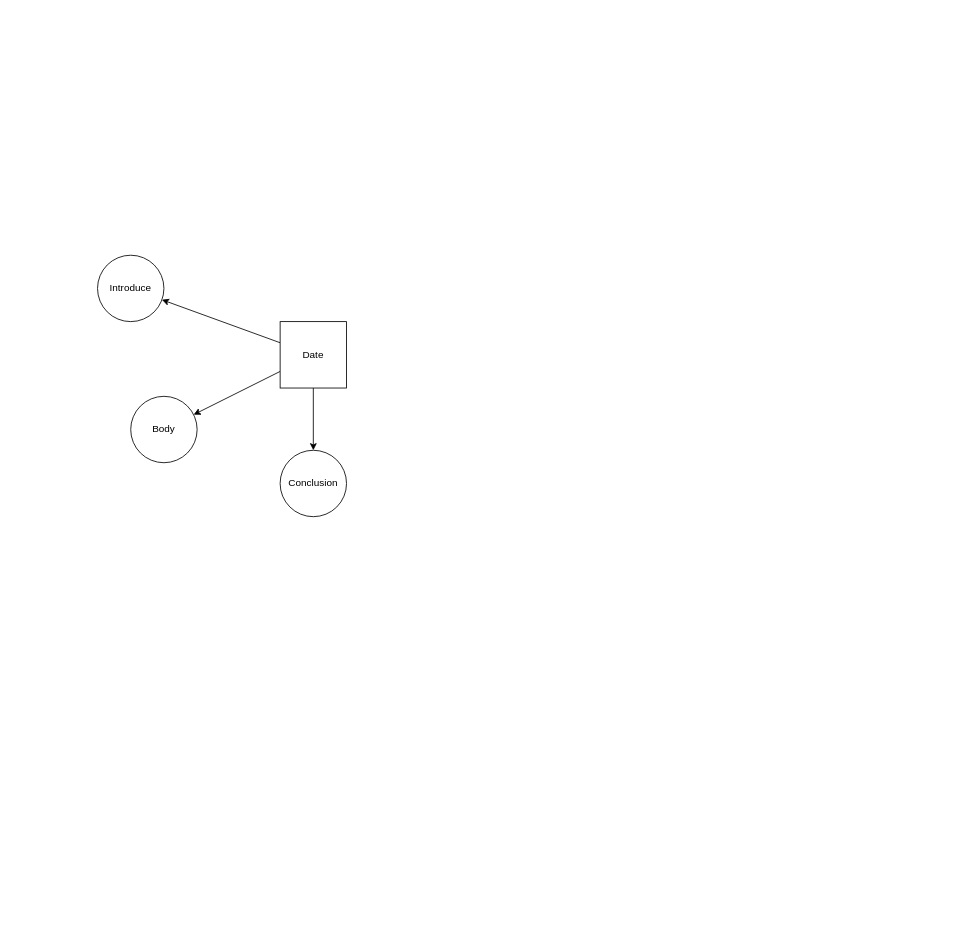
HARKINGS/UML keeps this draw.io diagram as Biểu đồ không có tiêu đề.drawio. Above is the earlier version. Source tidied: cells renumbered, new cells numbered last; positions are measured from the earlier drawing's top-left corner, leaving out a move shared by most shapes. Both pictures are drawn from the tidied source at 83%, with x=0, y=0 at pixel (97, 255).
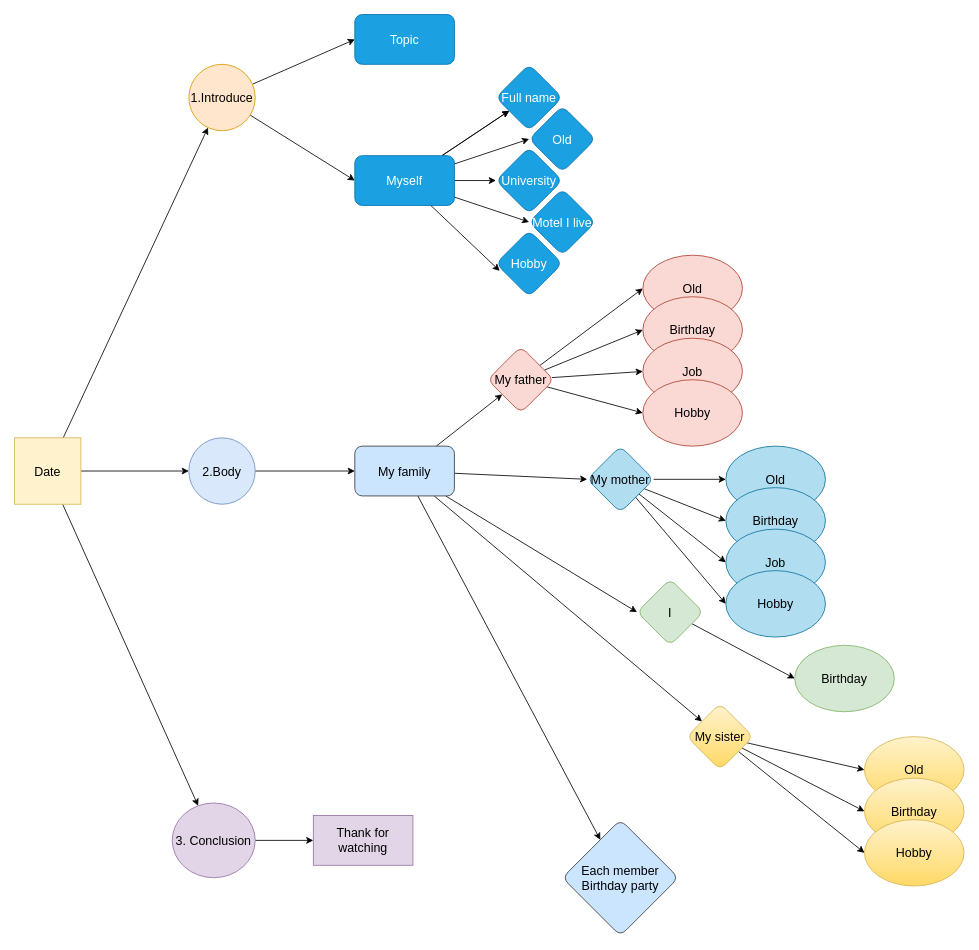
The same page after the edit.

Commit message (it also covers changes not shown here):
Cập nhật Biểu đồ không có tiêu đề.drawio

What changed in the source:
```diff
@@
-    <mxCell id="2" style="rounded=0;jettySize=auto;html=1;" parent="1" edge="1" source="5" target="6">
+    <mxCell id="2" style="rounded=0;jettySize=auto;html=1;fontSize=15;" parent="1" edge="1" source="5" target="6">
       <mxGeometry relative="1" as="geometry" />
     </mxCell>
-    <mxCell id="3" style="edgeStyle=none;rounded=0;jettySize=auto;html=1;" parent="1" edge="1" source="5" target="7">
+    <mxCell id="3" style="edgeStyle=none;rounded=0;jettySize=auto;html=1;fontSize=15;" parent="1" edge="1" source="5" target="7">
       <mxGeometry relative="1" as="geometry" />
     </mxCell>
-    <mxCell id="4" style="edgeStyle=none;rounded=0;jettySize=auto;html=1;" parent="1" edge="1" source="5" target="8">
+    <mxCell id="4" style="edgeStyle=none;rounded=0;jettySize=auto;html=1;fontSize=15;" parent="1" edge="1" source="5" target="8">
       <mxGeometry relative="1" as="geometry" />
     </mxCell>
-    <mxCell id="5" value="Date" style="whiteSpace=wrap;html=1;" parent="1" vertex="1">
-      <mxGeometry x="220" y="80" width="80" height="80" as="geometry" />
+    <mxCell id="5" value="Date" style="whiteSpace=wrap;html=1;fillColor=#fff2cc;strokeColor=#d6b656;fontSize=15;" parent="1" vertex="1">
+      <mxGeometry x="-100" y="220" width="80" height="80" as="geometry" />
     </mxCell>
+    <mxCell id="9" style="edgeStyle=none;rounded=0;jettySize=auto;html=1;entryX=0;entryY=0.5;entryDx=0;entryDy=0;fontSize=15;" parent="1" edge="1" source="6" target="13">
+      <mxGeometry relative="1" as="geometry" />
+    </mxCell>
+    <mxCell id="10" style="edgeStyle=none;rounded=0;jettySize=auto;html=1;entryX=0;entryY=0.5;entryDx=0;entryDy=0;fontSize=15;" parent="1" edge="1" source="6" target="19">
+      <mxGeometry relative="1" as="geometry" />
+    </mxCell>
-    <mxCell id="6" value="Introduce" style="ellipse;whiteSpace=wrap;html=1;" parent="1" vertex="1">
-      <mxGeometry width="80" height="80" as="geometry" />
+    <mxCell id="6" value="1.Introduce" style="ellipse;whiteSpace=wrap;html=1;fillColor=#ffe6cc;strokeColor=#d79b00;fontSize=15;" parent="1" vertex="1">
+      <mxGeometry x="110" y="-230" width="80" height="80" as="geometry" />
     </mxCell>
+    <mxCell id="11" style="edgeStyle=none;rounded=0;jettySize=auto;html=1;entryX=0;entryY=0.5;entryDx=0;entryDy=0;fontSize=15;" parent="1" edge="1" source="7" target="31">
+      <mxGeometry relative="1" as="geometry" />
+    </mxCell>
-    <mxCell id="7" value="Body" style="ellipse;whiteSpace=wrap;html=1;" parent="1" vertex="1">
-      <mxGeometry x="40" y="170" width="80" height="80" as="geometry" />
+    <mxCell id="7" value="2.Body" style="ellipse;whiteSpace=wrap;html=1;fillColor=#dae8fc;strokeColor=#6c8ebf;fontSize=15;" parent="1" vertex="1">
+      <mxGeometry x="110" y="220" width="80" height="80" as="geometry" />
     </mxCell>
+    <mxCell id="12" style="edgeStyle=none;rounded=0;jettySize=auto;html=1;fontSize=15;" parent="1" edge="1" source="8" target="61">
+      <mxGeometry relative="1" as="geometry" />
+    </mxCell>
-    <mxCell id="8" value="Conclusion" style="ellipse;whiteSpace=wrap;html=1;" parent="1" vertex="1">
-      <mxGeometry x="220" y="235" width="80" height="80" as="geometry" />
+    <mxCell id="8" value="3. Conclusion" style="ellipse;whiteSpace=wrap;html=1;fillColor=#e1d5e7;strokeColor=#9673a6;fontSize=15;" parent="1" vertex="1">
+      <mxGeometry x="90" y="660" width="100" height="90" as="geometry" />
     </mxCell>
+    <mxCell id="13" value="Topic" style="rounded=1;whiteSpace=wrap;html=1;fillColor=#1ba1e2;strokeColor=#006EAF;fontColor=#ffffff;fontSize=15;" parent="1" vertex="1">
+      <mxGeometry x="310" y="-290" width="120" height="60" as="geometry" />
+    </mxCell>
+    <mxCell id="14" style="edgeStyle=none;rounded=0;jettySize=auto;html=1;fontSize=15;" parent="1" edge="1" source="19" target="20">
+      <mxGeometry relative="1" as="geometry" />
+    </mxCell>
+    <mxCell id="15" style="edgeStyle=none;rounded=0;jettySize=auto;html=1;fontSize=15;" parent="1" edge="1" source="19" target="20">
+      <mxGeometry relative="1" as="geometry" />
+    </mxCell>
+    <mxCell id="16" style="edgeStyle=none;rounded=0;jettySize=auto;html=1;entryX=0;entryY=0.5;entryDx=0;entryDy=0;fontSize=15;" parent="1" edge="1" source="19" target="22">
+      <mxGeometry relative="1" as="geometry" />
+    </mxCell>
+    <mxCell id="17" style="edgeStyle=none;rounded=0;jettySize=auto;html=1;entryX=0;entryY=0.5;entryDx=0;entryDy=0;fontSize=15;" parent="1" edge="1" source="19" target="23">
+      <mxGeometry relative="1" as="geometry" />
+    </mxCell>
+    <mxCell id="18" style="edgeStyle=none;rounded=0;jettySize=auto;html=1;entryX=0;entryY=0.5;entryDx=0;entryDy=0;fontSize=15;" parent="1" edge="1" source="19" target="21">
+      <mxGeometry relative="1" as="geometry" />
+    </mxCell>
+    <mxCell id="19" value="Myself" style="rounded=1;whiteSpace=wrap;html=1;fillColor=#1ba1e2;fontColor=#ffffff;strokeColor=#006EAF;fontSize=15;" parent="1" vertex="1">
+      <mxGeometry x="310" y="-120" width="120" height="60" as="geometry" />
+    </mxCell>
+    <mxCell id="20" value="Full name" style="rhombus;whiteSpace=wrap;html=1;rounded=1;fillColor=#1ba1e2;fontColor=#ffffff;strokeColor=#006EAF;fontSize=15;" parent="1" vertex="1">
+      <mxGeometry x="480" y="-230" width="80" height="80" as="geometry" />
+    </mxCell>
+    <mxCell id="21" value="Old" style="rhombus;whiteSpace=wrap;html=1;rounded=1;fillColor=#1ba1e2;fontColor=#ffffff;strokeColor=#006EAF;fontSize=15;" parent="1" vertex="1">
+      <mxGeometry x="520" y="-180" width="80" height="80" as="geometry" />
+    </mxCell>
+    <mxCell id="22" value="University" style="rhombus;whiteSpace=wrap;html=1;rounded=1;fillColor=#1ba1e2;fontColor=#ffffff;strokeColor=#006EAF;fontSize=15;" parent="1" vertex="1">
+      <mxGeometry x="480" y="-130" width="80" height="80" as="geometry" />
+    </mxCell>
+    <mxCell id="23" value="Motel I live" style="rhombus;whiteSpace=wrap;html=1;rounded=1;fillColor=#1ba1e2;fontColor=#ffffff;strokeColor=#006EAF;fontSize=15;" parent="1" vertex="1">
+      <mxGeometry x="520" y="-80" width="80" height="80" as="geometry" />
+    </mxCell>
+    <mxCell id="24" value="Hobby" style="rhombus;whiteSpace=wrap;html=1;rounded=1;fillColor=#1ba1e2;fontColor=#ffffff;strokeColor=#006EAF;fontSize=15;" parent="1" vertex="1">
+      <mxGeometry x="480" y="-30" width="80" height="80" as="geometry" />
+    </mxCell>
+    <mxCell id="25" style="edgeStyle=none;rounded=0;jettySize=auto;html=1;entryX=0.057;entryY=0.611;entryDx=0;entryDy=0;entryPerimeter=0;fontSize=15;" parent="1" edge="1" source="19" target="24">
+      <mxGeometry relative="1" as="geometry" />
+    </mxCell>
+    <mxCell id="26" style="edgeStyle=none;rounded=0;jettySize=auto;html=1;fontSize=15;" parent="1" edge="1" source="31" target="36">
+      <mxGeometry relative="1" as="geometry" />
+    </mxCell>
+    <mxCell id="27" style="edgeStyle=none;rounded=0;jettySize=auto;html=1;entryX=0;entryY=0.5;entryDx=0;entryDy=0;fontSize=15;" parent="1" edge="1" source="31" target="49">
+      <mxGeometry relative="1" as="geometry" />
+    </mxCell>
+    <mxCell id="28" style="edgeStyle=none;rounded=0;jettySize=auto;html=1;entryX=0;entryY=0.5;entryDx=0;entryDy=0;fontSize=15;" parent="1" edge="1" source="31" target="38">
+      <mxGeometry relative="1" as="geometry" />
+    </mxCell>
+    <mxCell id="29" style="edgeStyle=none;rounded=0;jettySize=auto;html=1;fontSize=15;" parent="1" edge="1" source="31" target="42">
+      <mxGeometry relative="1" as="geometry" />
+    </mxCell>
+    <mxCell id="30" style="edgeStyle=none;rounded=0;jettySize=auto;html=1;fontSize=15;" parent="1" edge="1" source="31" target="60">
+      <mxGeometry relative="1" as="geometry" />
+    </mxCell>
+    <mxCell id="31" value="My family" style="rounded=1;whiteSpace=wrap;html=1;fillColor=#cce5ff;strokeColor=#36393d;fontSize=15;" parent="1" vertex="1">
+      <mxGeometry x="310" y="230" width="120" height="60" as="geometry" />
+    </mxCell>
+    <mxCell id="32" style="edgeStyle=none;rounded=0;jettySize=auto;html=1;entryX=0;entryY=0.5;entryDx=0;entryDy=0;fontSize=15;" parent="1" edge="1" source="36" target="43">
+      <mxGeometry relative="1" as="geometry" />
+    </mxCell>
+    <mxCell id="33" style="edgeStyle=none;rounded=0;jettySize=auto;html=1;entryX=0;entryY=0.5;entryDx=0;entryDy=0;fontSize=15;" parent="1" edge="1" source="36" target="55">
+      <mxGeometry relative="1" as="geometry" />
+    </mxCell>
+    <mxCell id="34" style="edgeStyle=none;rounded=0;jettySize=auto;html=1;entryX=0;entryY=0.5;entryDx=0;entryDy=0;fontSize=15;" parent="1" edge="1" source="36" target="44">
+      <mxGeometry relative="1" as="geometry" />
+    </mxCell>
+    <mxCell id="35" style="edgeStyle=none;rounded=0;jettySize=auto;html=1;entryX=0;entryY=0.5;entryDx=0;entryDy=0;fontSize=15;" parent="1" edge="1" source="36" target="56">
+      <mxGeometry relative="1" as="geometry" />
+    </mxCell>
+    <mxCell id="36" value="My father" style="rhombus;whiteSpace=wrap;html=1;rounded=1;fillColor=#fad9d5;strokeColor=#ae4132;fontSize=15;" parent="1" vertex="1">
+      <mxGeometry x="470" y="110" width="80" height="80" as="geometry" />
+    </mxCell>
+    <mxCell id="37" style="edgeStyle=none;rounded=0;jettySize=auto;html=1;entryX=0;entryY=0.5;entryDx=0;entryDy=0;fontSize=15;" parent="1" edge="1" source="38" target="52">
+      <mxGeometry relative="1" as="geometry" />
+    </mxCell>
+    <mxCell id="38" value="I" style="rhombus;whiteSpace=wrap;html=1;rounded=1;fillColor=#d5e8d4;strokeColor=#82b366;fontSize=15;" parent="1" vertex="1">
+      <mxGeometry x="650" y="390" width="80" height="80" as="geometry" />
+    </mxCell>
+    <mxCell id="39" style="edgeStyle=none;rounded=0;jettySize=auto;html=1;entryX=0;entryY=0.5;entryDx=0;entryDy=0;fontSize=15;" parent="1" edge="1" source="42" target="53">
+      <mxGeometry relative="1" as="geometry" />
+    </mxCell>
+    <mxCell id="40" style="edgeStyle=none;rounded=0;jettySize=auto;html=1;entryX=0;entryY=0.5;entryDx=0;entryDy=0;fontSize=15;" parent="1" edge="1" source="42" target="54">
+      <mxGeometry relative="1" as="geometry" />
+    </mxCell>
+    <mxCell id="41" style="edgeStyle=none;rounded=0;jettySize=auto;html=1;entryX=0;entryY=0.5;entryDx=0;entryDy=0;fontSize=15;" parent="1" edge="1" source="42" target="59">
+      <mxGeometry relative="1" as="geometry" />
+    </mxCell>
+    <mxCell id="42" value="My sister" style="rhombus;whiteSpace=wrap;html=1;rounded=1;fillColor=#fff2cc;gradientColor=#ffd966;strokeColor=#d6b656;fontSize=15;" parent="1" vertex="1">
+      <mxGeometry x="710" y="540" width="80" height="80" as="geometry" />
+    </mxCell>
+    <mxCell id="43" value="Old" style="ellipse;whiteSpace=wrap;html=1;fillColor=#fad9d5;strokeColor=#ae4132;fontSize=15;" parent="1" vertex="1">
+      <mxGeometry x="657" width="120" height="80" as="geometry" />
+    </mxCell>
+    <mxCell id="44" value="Birthday" style="ellipse;whiteSpace=wrap;html=1;fillColor=#fad9d5;strokeColor=#ae4132;fontSize=15;" parent="1" vertex="1">
+      <mxGeometry x="657" y="50" width="120" height="80" as="geometry" />
+    </mxCell>
+    <mxCell id="45" style="edgeStyle=none;rounded=0;jettySize=auto;html=1;entryX=0;entryY=0.5;entryDx=0;entryDy=0;fontSize=15;" parent="1" edge="1" source="49" target="50">
+      <mxGeometry relative="1" as="geometry" />
+    </mxCell>
+    <mxCell id="46" style="edgeStyle=none;rounded=0;jettySize=auto;html=1;entryX=0;entryY=0.5;entryDx=0;entryDy=0;fontSize=15;" parent="1" edge="1" source="49" target="57">
+      <mxGeometry relative="1" as="geometry" />
+    </mxCell>
+    <mxCell id="47" style="edgeStyle=none;rounded=0;jettySize=auto;html=1;entryX=0;entryY=0.5;entryDx=0;entryDy=0;fontSize=15;" parent="1" edge="1" source="49" target="51">
+      <mxGeometry relative="1" as="geometry" />
+    </mxCell>
+    <mxCell id="48" style="edgeStyle=none;rounded=0;jettySize=auto;html=1;entryX=0;entryY=0.5;entryDx=0;entryDy=0;fontSize=15;" parent="1" edge="1" source="49" target="58">
+      <mxGeometry relative="1" as="geometry" />
+    </mxCell>
+    <mxCell id="49" value="My mother" style="rhombus;whiteSpace=wrap;html=1;rounded=1;fillColor=#b1ddf0;strokeColor=#10739e;fontSize=15;" parent="1" vertex="1">
+      <mxGeometry x="590" y="230" width="80" height="80" as="geometry" />
+    </mxCell>
+    <mxCell id="50" value="Old" style="ellipse;whiteSpace=wrap;html=1;fillColor=#b1ddf0;strokeColor=#10739e;fontSize=15;" parent="1" vertex="1">
+      <mxGeometry x="757" y="230" width="120" height="80" as="geometry" />
+    </mxCell>
+    <mxCell id="51" value="Birthday" style="ellipse;whiteSpace=wrap;html=1;fillColor=#b1ddf0;strokeColor=#10739e;fontSize=15;" parent="1" vertex="1">
+      <mxGeometry x="757" y="280" width="120" height="80" as="geometry" />
+    </mxCell>
+    <mxCell id="52" value="Birthday" style="ellipse;whiteSpace=wrap;html=1;fillColor=#d5e8d4;strokeColor=#82b366;fontSize=15;" parent="1" vertex="1">
+      <mxGeometry x="840" y="470" width="120" height="80" as="geometry" />
+    </mxCell>
+    <mxCell id="53" value="Old" style="ellipse;whiteSpace=wrap;html=1;fillColor=#fff2cc;gradientColor=#ffd966;strokeColor=#d6b656;fontSize=15;" parent="1" vertex="1">
+      <mxGeometry x="924" y="580" width="120" height="80" as="geometry" />
+    </mxCell>
+    <mxCell id="54" value="Birthday" style="ellipse;whiteSpace=wrap;html=1;fillColor=#fff2cc;gradientColor=#ffd966;strokeColor=#d6b656;fontSize=15;" parent="1" vertex="1">
+      <mxGeometry x="924" y="630" width="120" height="80" as="geometry" />
+    </mxCell>
+    <mxCell id="55" value="Job" style="ellipse;whiteSpace=wrap;html=1;fillColor=#fad9d5;strokeColor=#ae4132;fontSize=15;" parent="1" vertex="1">
+      <mxGeometry x="657" y="100" width="120" height="80" as="geometry" />
+    </mxCell>
+    <mxCell id="56" value="Hobby" style="ellipse;whiteSpace=wrap;html=1;fillColor=#fad9d5;strokeColor=#ae4132;fontSize=15;" parent="1" vertex="1">
+      <mxGeometry x="657" y="150" width="120" height="80" as="geometry" />
+    </mxCell>
+    <mxCell id="57" value="Job" style="ellipse;whiteSpace=wrap;html=1;fillColor=#b1ddf0;strokeColor=#10739e;fontSize=15;" parent="1" vertex="1">
+      <mxGeometry x="757" y="330" width="120" height="80" as="geometry" />
+    </mxCell>
+    <mxCell id="58" value="Hobby" style="ellipse;whiteSpace=wrap;html=1;fillColor=#b1ddf0;strokeColor=#10739e;fontSize=15;" parent="1" vertex="1">
+      <mxGeometry x="757" y="380" width="120" height="80" as="geometry" />
+    </mxCell>
+    <mxCell id="59" value="Hobby" style="ellipse;whiteSpace=wrap;html=1;fillColor=#fff2cc;gradientColor=#ffd966;strokeColor=#d6b656;fontSize=15;" parent="1" vertex="1">
+      <mxGeometry x="924" y="680" width="120" height="80" as="geometry" />
+    </mxCell>
+    <mxCell id="60" value="Each member Birthday party" style="rhombus;whiteSpace=wrap;html=1;fillColor=#cce5ff;strokeColor=#36393d;rounded=1;fontSize=15;" parent="1" vertex="1">
+      <mxGeometry x="560" y="680" width="140" height="140" as="geometry" />
+    </mxCell>
+    <mxCell id="61" value="Thank for watching" style="whiteSpace=wrap;html=1;fillColor=#e1d5e7;strokeColor=#9673a6;fontSize=15;" parent="1" vertex="1">
+      <mxGeometry x="260" y="675" width="120" height="60" as="geometry" />
+    </mxCell>
```
